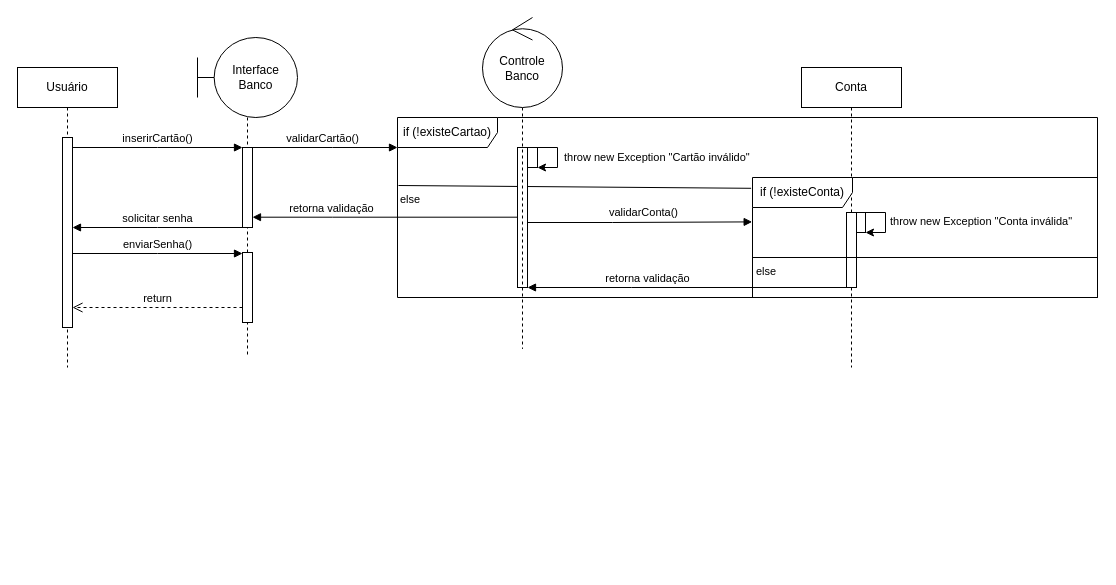
The draw.io diagram Analise de Sistemas/UML/Exercício diagrama de sequência.drawio in Sant-Thiago/Estudos, before the edit. Source tidied: cells renumbered, new cells numbered last; positions are measured from the earlier drawing's top-left corner, leaving out a move shared by most shapes. Both pictures are drawn from the tidied source at 100%, with x=0, y=0 at pixel (17, 17).
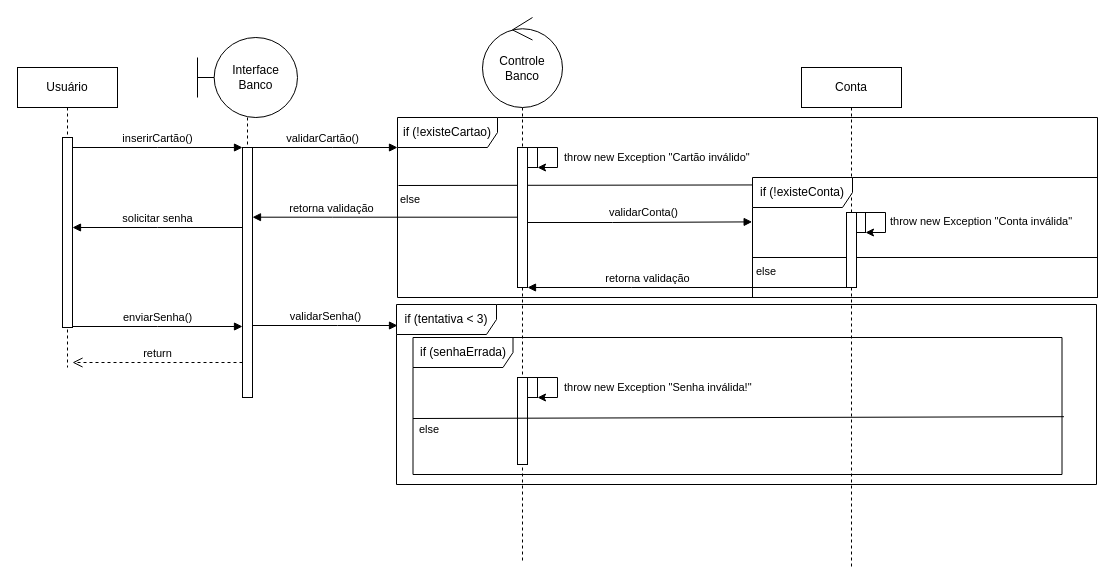
The same diagram, later.

Commit message:
fazendo a validação da senha

Unchanged cells that the change refers to:
```xml
<mxCell id="3" style="html=1;points=[];perimeter=orthogonalPerimeter;outlineConnect=0;targetShapes=umlLifeline;portConstraint=eastwest;newEdgeStyle={&quot;edgeStyle&quot;:&quot;elbowEdgeStyle&quot;,&quot;elbow&quot;:&quot;vertical&quot;,&quot;curved&quot;:0,&quot;rounded&quot;:0};" parent="2" vertex="1">
  <mxGeometry x="45" y="70" width="10" height="190" as="geometry" />
</mxCell>
<mxCell id="16" value="&lt;div style=&quot;text-align: center;&quot;&gt;&lt;span style=&quot;font-size: 11px; text-wrap: nowrap; background-color: rgb(255, 255, 255);&quot;&gt;else&lt;/span&gt;&lt;/div&gt;" style="text;whiteSpace=wrap;html=1;" parent="1" vertex="1">
  <mxGeometry x="381" y="168" width="80" height="20" as="geometry" />
</mxCell>
<mxCell id="18" value="if (!existeConta)" style="shape=umlFrame;whiteSpace=wrap;html=1;width=100;height=30;" parent="1" vertex="1">
  <mxGeometry x="735" y="160" width="345" height="120" as="geometry" />
</mxCell>
<mxCell id="32" value="Controle Banco" style="ellipse;shape=umlControl;whiteSpace=wrap;html=1;" parent="1" vertex="1">
  <mxGeometry x="465" width="80" height="90" as="geometry" />
</mxCell>
```

Diff of the diagram source:
```diff
@@
+    <mxCell id="21" style="endArrow=none;html=1;rounded=0;" parent="1" edge="1">
+      <mxGeometry relative="1" as="geometry">
+        <mxPoint x="1080" y="240" as="sourcePoint" />
+        <mxPoint x="735" y="240" as="targetPoint" />
+      </mxGeometry>
+    </mxCell>
+    <mxCell id="31" style="edgeStyle=orthogonalEdgeStyle;rounded=0;jettySize=auto;html=1;endArrow=none;endFill=0;dashed=1;" parent="1" edge="1" source="32">
+      <mxGeometry relative="1" as="geometry">
+        <mxPoint x="505" y="543.7" as="targetPoint" />
+      </mxGeometry>
+    </mxCell>
@@
-    <mxCell id="5" value="return" style="html=1;verticalAlign=bottom;endArrow=open;dashed=1;endSize=8;edgeStyle=elbowEdgeStyle;elbow=vertical;curved=0;rounded=0;" parent="1" edge="1" source="27" target="3">
+    <mxCell id="5" value="return" style="html=1;verticalAlign=bottom;endArrow=open;dashed=1;endSize=8;edgeStyle=elbowEdgeStyle;elbow=vertical;curved=0;rounded=0;" parent="1" edge="1">
       <mxGeometry relative="1" as="geometry">
+        <mxPoint x="225" y="345" as="sourcePoint" />
+        <mxPoint x="55" y="345" as="targetPoint" />
         <Array as="points">
-          <mxPoint x="150" y="290" />
+          <mxPoint x="150" y="345" />
         </Array>
       </mxGeometry>
     </mxCell>
@@
     <mxCell id="7" value="Conta" style="shape=umlLifeline;perimeter=lifelinePerimeter;whiteSpace=wrap;html=1;newEdgeStyle={&quot;edgeStyle&quot;:&quot;elbowEdgeStyle&quot;,&quot;elbow&quot;:&quot;vertical&quot;,&quot;curved&quot;:0,&quot;rounded&quot;:0};" parent="1" vertex="1">
-      <mxGeometry x="784" y="50" width="100" height="300" as="geometry" />
+      <mxGeometry x="784" y="50" width="100" height="500" as="geometry" />
     </mxCell>
-    <mxCell id="8" style="html=1;perimeter=orthogonalPerimeter;targetShapes=umlLifeline;newEdgeStyle={&quot;edgeStyle&quot;:&quot;elbowEdgeStyle&quot;,&quot;elbow&quot;:&quot;vertical&quot;,&quot;curved&quot;:0,&quot;rounded&quot;:0};" parent="7" vertex="1">
-      <mxGeometry x="45" y="145" width="10" height="75" as="geometry" />
-    </mxCell>
@@
-    <mxCell id="15" style="endArrow=none;html=1;rounded=0;exitX=-0.004;exitY=0.09;exitDx=0;exitDy=0;exitPerimeter=0;entryX=0;entryY=0;entryDx=0;entryDy=0;" parent="1" edge="1" source="18" target="16">
+    <mxCell id="15" style="endArrow=none;html=1;rounded=0;exitX=0.005;exitY=0.062;exitDx=0;exitDy=0;exitPerimeter=0;entryX=0;entryY=0;entryDx=0;entryDy=0;" parent="1" edge="1" source="18" target="16">
       <mxGeometry relative="1" as="geometry" />
     </mxCell>
@@
-    <mxCell id="21" style="endArrow=none;html=1;rounded=0;" parent="1" edge="1">
-      <mxGeometry relative="1" as="geometry">
-        <mxPoint x="1080" y="240" as="sourcePoint" />
-        <mxPoint x="735" y="240" as="targetPoint" />
-      </mxGeometry>
-    </mxCell>
@@
     <mxCell id="23" value="enviarSenha()" style="html=1;verticalAlign=bottom;endArrow=block;edgeStyle=elbowEdgeStyle;elbow=vertical;curved=0;rounded=0;" parent="1" edge="1">
       <mxGeometry relative="1" as="geometry">
-        <mxPoint x="55" y="236" as="sourcePoint" />
-        <mxPoint x="225" y="236" as="targetPoint" />
+        <mxPoint x="55" y="309" as="sourcePoint" />
+        <mxPoint x="225" y="309" as="targetPoint" />
         <Array as="points">
-          <mxPoint x="140" y="236" />
+          <mxPoint x="140" y="309" />
         </Array>
       </mxGeometry>
     </mxCell>
@@
     <mxCell id="26" style="html=1;points=[];perimeter=orthogonalPerimeter;outlineConnect=0;targetShapes=umlLifeline;portConstraint=eastwest;newEdgeStyle={&quot;edgeStyle&quot;:&quot;elbowEdgeStyle&quot;,&quot;elbow&quot;:&quot;vertical&quot;,&quot;curved&quot;:0,&quot;rounded&quot;:0};" parent="1" vertex="1">
-      <mxGeometry x="225" y="130" width="10" height="80" as="geometry" />
+      <mxGeometry x="225" y="130" width="10" height="250" as="geometry" />
     </mxCell>
-    <mxCell id="27" style="html=1;points=[];perimeter=orthogonalPerimeter;outlineConnect=0;targetShapes=umlLifeline;portConstraint=eastwest;newEdgeStyle={&quot;edgeStyle&quot;:&quot;elbowEdgeStyle&quot;,&quot;elbow&quot;:&quot;vertical&quot;,&quot;curved&quot;:0,&quot;rounded&quot;:0};" parent="1" vertex="1">
-      <mxGeometry x="225" y="235" width="10" height="70" as="geometry" />
-    </mxCell>
-    <mxCell id="28" style="html=1;points=[];perimeter=orthogonalPerimeter;outlineConnect=0;targetShapes=umlLifeline;portConstraint=eastwest;newEdgeStyle={&quot;edgeStyle&quot;:&quot;elbowEdgeStyle&quot;,&quot;elbow&quot;:&quot;vertical&quot;,&quot;curved&quot;:0,&quot;rounded&quot;:0};" parent="1" vertex="1">
-      <mxGeometry x="500" y="130" width="10" height="140" as="geometry" />
-    </mxCell>
@@
-    <mxCell id="31" style="edgeStyle=orthogonalEdgeStyle;rounded=0;jettySize=auto;html=1;endArrow=none;endFill=0;dashed=1;" parent="1" edge="1" source="32">
-      <mxGeometry relative="1" as="geometry">
-        <mxPoint x="505" y="331.4" as="targetPoint" />
-      </mxGeometry>
-    </mxCell>
+    <mxCell id="28" style="html=1;points=[];perimeter=orthogonalPerimeter;outlineConnect=0;targetShapes=umlLifeline;portConstraint=eastwest;newEdgeStyle={&quot;edgeStyle&quot;:&quot;elbowEdgeStyle&quot;,&quot;elbow&quot;:&quot;vertical&quot;,&quot;curved&quot;:0,&quot;rounded&quot;:0};" parent="1" vertex="1">
+      <mxGeometry x="500" y="130" width="10" height="140" as="geometry" />
+    </mxCell>
@@
+    <mxCell id="33" value="validarSenha()" style="html=1;verticalAlign=bottom;endArrow=block;edgeStyle=elbowEdgeStyle;elbow=vertical;curved=0;rounded=0;" parent="1" edge="1">
+      <mxGeometry relative="1" as="geometry">
+        <mxPoint x="235" y="308" as="sourcePoint" />
+        <mxPoint x="380" y="308" as="targetPoint" />
+        <Array as="points">
+          <mxPoint x="320" y="308" />
+        </Array>
+      </mxGeometry>
+    </mxCell>
+    <mxCell id="34" value="if (tentativa &amp;lt; 3)" style="shape=umlFrame;whiteSpace=wrap;html=1;width=100;height=30;" parent="1" vertex="1">
+      <mxGeometry x="379" y="287" width="700" height="180" as="geometry" />
+    </mxCell>
+    <mxCell id="8" style="html=1;perimeter=orthogonalPerimeter;targetShapes=umlLifeline;newEdgeStyle={&quot;edgeStyle&quot;:&quot;elbowEdgeStyle&quot;,&quot;elbow&quot;:&quot;vertical&quot;,&quot;curved&quot;:0,&quot;rounded&quot;:0};" parent="1" vertex="1">
+      <mxGeometry x="829" y="195" width="10" height="75" as="geometry" />
+    </mxCell>
+    <mxCell id="35" style="html=1;perimeter=orthogonalPerimeter;targetShapes=umlLifeline;newEdgeStyle={&quot;edgeStyle&quot;:&quot;elbowEdgeStyle&quot;,&quot;elbow&quot;:&quot;vertical&quot;,&quot;curved&quot;:0,&quot;rounded&quot;:0};" parent="1" vertex="1">
+      <mxGeometry x="500" y="360" width="10" height="87" as="geometry" />
+    </mxCell>
+    <mxCell id="36" style="endArrow=none;html=1;rounded=0;exitX=1.003;exitY=0.578;exitDx=0;exitDy=0;exitPerimeter=0;entryX=0;entryY=0;entryDx=0;entryDy=0;" parent="1" edge="1" source="40">
+      <mxGeometry relative="1" as="geometry">
+        <mxPoint x="395.5" y="401" as="targetPoint" />
+      </mxGeometry>
+    </mxCell>
+    <mxCell id="37" value="&lt;span style=&quot;color: rgb(0, 0, 0); font-family: Helvetica; font-size: 11px; font-style: normal; font-variant-ligatures: normal; font-variant-caps: normal; font-weight: 400; letter-spacing: normal; orphans: 2; text-align: center; text-indent: 0px; text-transform: none; widows: 2; word-spacing: 0px; -webkit-text-stroke-width: 0px; white-space: nowrap; background-color: rgb(255, 255, 255); text-decoration-thickness: initial; text-decoration-style: initial; text-decoration-color: initial; display: inline !important; float: none;&quot;&gt;throw new Exception &quot;Senha inválida!&quot;&lt;/span&gt;" style="text;whiteSpace=wrap;html=1;" parent="1" vertex="1">
+      <mxGeometry x="545" y="356" width="80" height="20" as="geometry" />
+    </mxCell>
+    <mxCell id="38" style="html=1;points=[];perimeter=orthogonalPerimeter;outlineConnect=0;targetShapes=umlLifeline;portConstraint=eastwest;newEdgeStyle={&quot;edgeStyle&quot;:&quot;elbowEdgeStyle&quot;,&quot;elbow&quot;:&quot;vertical&quot;,&quot;curved&quot;:0,&quot;rounded&quot;:0};" parent="1" vertex="1">
+      <mxGeometry x="510" y="360" width="10" height="20" as="geometry" />
+    </mxCell>
+    <mxCell id="39" style="edgeStyle=elbowEdgeStyle;rounded=0;orthogonalLoop=1;jettySize=auto;html=1;elbow=vertical;curved=0;" parent="1" edge="1" source="38" target="38">
+      <mxGeometry relative="1" as="geometry" />
+    </mxCell>
+    <mxCell id="40" value="if (senhaErrada)" style="shape=umlFrame;whiteSpace=wrap;html=1;width=100;height=30;" parent="1" vertex="1">
+      <mxGeometry x="395.5" y="320" width="649" height="137" as="geometry" />
+    </mxCell>
+    <mxCell id="41" value="&lt;div style=&quot;text-align: center;&quot;&gt;&lt;span style=&quot;font-size: 11px; text-wrap: nowrap; background-color: rgb(255, 255, 255);&quot;&gt;else&lt;/span&gt;&lt;/div&gt;" style="text;whiteSpace=wrap;html=1;" parent="1" vertex="1">
+      <mxGeometry x="399.5" y="398" width="80" height="20" as="geometry" />
+    </mxCell>
```
